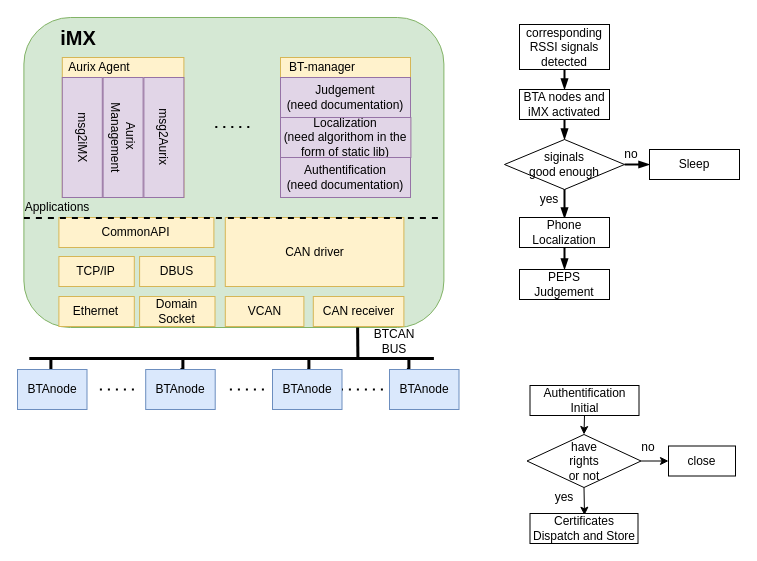
This is BT-manager.drawio from YukioZzz/Notebook, a draw.io file, before an edit. Source tidied: cells renumbered, new cells numbered last; positions are measured from the earlier drawing's top-left corner, leaving out a move shared by most shapes. Both pictures are drawn from the tidied source at 100%, with x=0, y=0 at pixel (17, 17).
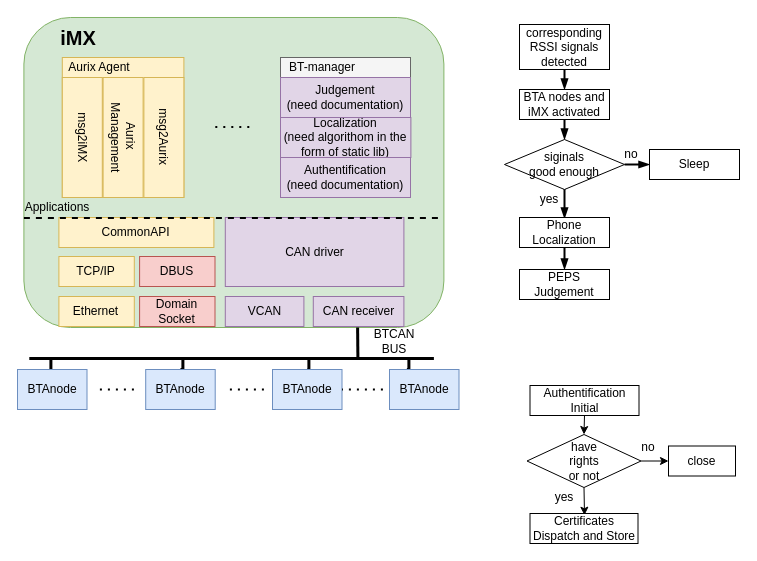
Above is the later version.

Change to the diagram source:
```diff
@@
-    <mxCell id="3" style="rounded=0;whiteSpace=wrap;html=1;fillColor=#fff2cc;strokeColor=#d6b656;" parent="1" vertex="1">
+    <mxCell id="3" style="rounded=0;whiteSpace=wrap;html=1;fillColor=#f5f5f5;strokeColor=#666666;fontColor=#333333;" parent="1" vertex="1">
       <mxGeometry x="263" y="40" width="130" height="140" as="geometry" />
     </mxCell>
@@
-    <mxCell id="15" value="CAN receiver" style="rounded=0;whiteSpace=wrap;html=1;fillColor=#fff2cc;strokeColor=#d6b656;" parent="1" vertex="1">
+    <mxCell id="15" value="CAN receiver" style="rounded=0;whiteSpace=wrap;html=1;fillColor=#e1d5e7;strokeColor=#9673a6;" parent="1" vertex="1">
       <mxGeometry x="295.8" y="279" width="90.6" height="30" as="geometry" />
     </mxCell>
-    <mxCell id="16" value="VCAN" style="rounded=0;whiteSpace=wrap;html=1;fillColor=#fff2cc;strokeColor=#d6b656;" parent="1" vertex="1">
+    <mxCell id="16" value="VCAN" style="rounded=0;whiteSpace=wrap;html=1;fillColor=#e1d5e7;strokeColor=#9673a6;" parent="1" vertex="1">
       <mxGeometry x="207.8" y="279" width="78.6" height="30" as="geometry" />
     </mxCell>
@@
-    <mxCell id="18" value="CAN driver" style="rounded=0;whiteSpace=wrap;html=1;fillColor=#fff2cc;strokeColor=#d6b656;" parent="1" vertex="1">
+    <mxCell id="18" value="CAN driver" style="rounded=0;whiteSpace=wrap;html=1;fillColor=#e1d5e7;strokeColor=#9673a6;" parent="1" vertex="1">
       <mxGeometry x="207.8" y="200" width="178.6" height="69" as="geometry" />
     </mxCell>
-    <mxCell id="19" value="DBUS" style="rounded=0;whiteSpace=wrap;html=1;fillColor=#fff2cc;strokeColor=#d6b656;" parent="1" vertex="1">
+    <mxCell id="19" value="DBUS" style="rounded=0;whiteSpace=wrap;html=1;fillColor=#f8cecc;strokeColor=#b85450;" parent="1" vertex="1">
       <mxGeometry x="122.1" y="239" width="75.4" height="30" as="geometry" />
     </mxCell>
@@
-    <mxCell id="22" value="Domain Socket" style="rounded=0;whiteSpace=wrap;html=1;fillColor=#fff2cc;strokeColor=#d6b656;" parent="1" vertex="1">
+    <mxCell id="22" value="Domain Socket" style="rounded=0;whiteSpace=wrap;html=1;fillColor=#f8cecc;strokeColor=#b85450;" parent="1" vertex="1">
       <mxGeometry x="122.1" y="279" width="75.4" height="30" as="geometry" />
     </mxCell>
@@
-    <mxCell id="33" value="msg2iMX" style="rounded=0;whiteSpace=wrap;html=1;fillColor=#e1d5e7;strokeColor=#9673a6;direction=east;verticalAlign=middle;horizontal=0;rotation=-180;" parent="1" vertex="1">
+    <mxCell id="33" value="msg2iMX" style="rounded=0;whiteSpace=wrap;html=1;fillColor=#fff2cc;strokeColor=#d6b656;direction=east;verticalAlign=middle;horizontal=0;rotation=-180;" parent="1" vertex="1">
       <mxGeometry x="44.8" y="60" width="40" height="120" as="geometry" />
     </mxCell>
-    <mxCell id="34" value="Aurix&amp;nbsp;&lt;br&gt;Management" style="rounded=0;whiteSpace=wrap;html=1;fillColor=#e1d5e7;strokeColor=#9673a6;direction=east;verticalAlign=middle;horizontal=0;rotation=-180;" parent="1" vertex="1">
+    <mxCell id="34" value="Aurix&amp;nbsp;&lt;br&gt;Management" style="rounded=0;whiteSpace=wrap;html=1;fillColor=#fff2cc;strokeColor=#d6b656;direction=east;verticalAlign=middle;horizontal=0;rotation=-180;" parent="1" vertex="1">
       <mxGeometry x="85.6" y="60" width="40" height="120" as="geometry" />
     </mxCell>
-    <mxCell id="35" value="msg2Aurix" style="rounded=0;whiteSpace=wrap;html=1;fillColor=#e1d5e7;strokeColor=#9673a6;direction=east;verticalAlign=middle;horizontal=0;rotation=-180;" parent="1" vertex="1">
+    <mxCell id="35" value="msg2Aurix" style="rounded=0;whiteSpace=wrap;html=1;fillColor=#fff2cc;strokeColor=#d6b656;direction=east;verticalAlign=middle;horizontal=0;rotation=-180;" parent="1" vertex="1">
       <mxGeometry x="126.4" y="60" width="40" height="120" as="geometry" />
     </mxCell>
```
